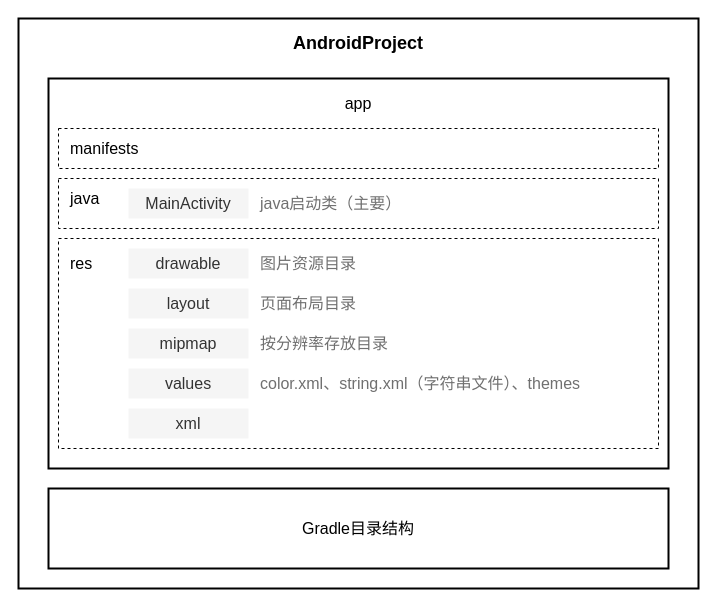
Earlier version of the draw.io diagram page "AndroidProjectStruct" (2 of 2) of draw_workspace/Android.drawio (creatern/NoteBook). Source tidied: cells renumbered, new cells numbered last; positions are measured from the earlier drawing's top-left corner, leaving out a move shared by most shapes. Both pictures are drawn from the tidied source at 100%, with x=0, y=0 at pixel (18, 18).
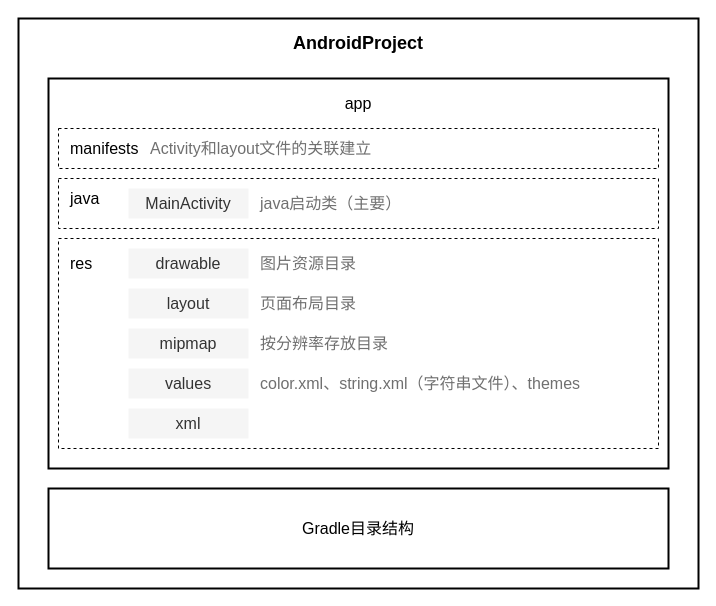
After the change.

Commit message (it also covers changes not shown here):
android-autocompleteview

The edit, as a diff of the source:
```diff
@@
+    <mxCell id="24" value="Activity和layout文件的关联建立" style="text;html=1;strokeColor=none;fillColor=none;align=left;verticalAlign=middle;whiteSpace=wrap;rounded=0;fontSize=16;fontColor=#707070;" parent="1" vertex="1">
+      <mxGeometry x="130" y="115" width="230" height="30" as="geometry" />
+    </mxCell>
```
